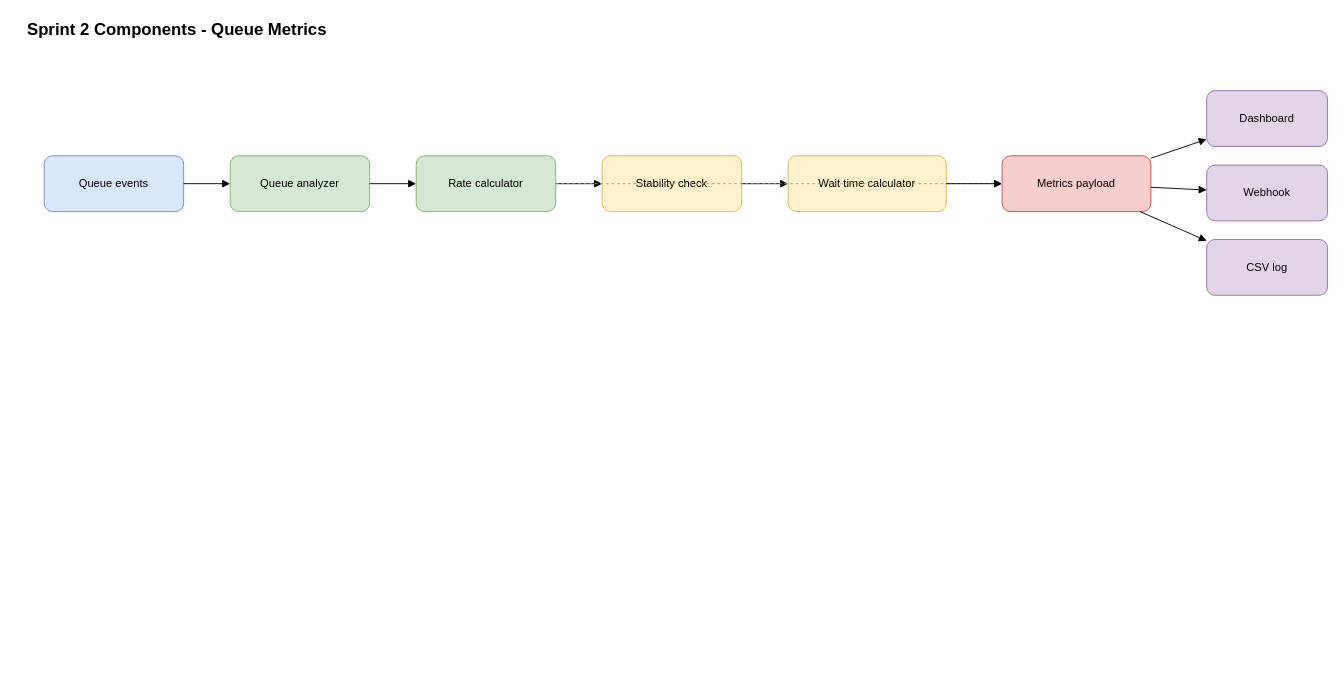
Before: report-latex/figures/drawio/sprint2_component.drawio in Salmen-BA21/Queue-Wait-Time-Estimation, a draw.io diagram. Source tidied: cells renumbered, new cells numbered last; positions are measured from the earlier drawing's top-left corner, leaving out a move shared by most shapes. Both pictures are drawn from the tidied source at 93%, with x=0, y=0 at pixel (25, 16).
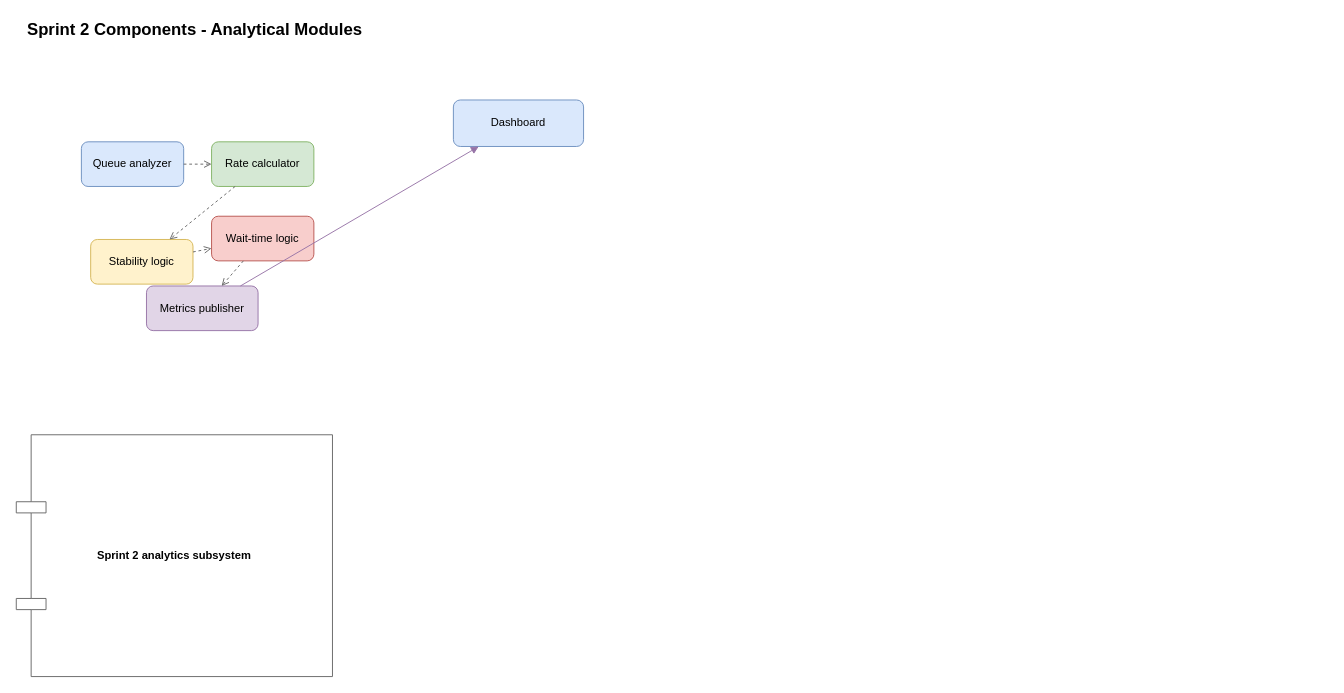
After the change.

Diff of the diagram source:
```diff
@@
-    <mxCell id="2" value="Sprint 2 Components - Queue Metrics" style="text;html=1;strokeColor=none;fillColor=none;align=left;verticalAlign=middle;fontStyle=1;fontSize=18;" parent="1" vertex="1">
-      <mxGeometry width="420" height="30" as="geometry" />
+    <mxCell id="2" value="Sprint 2 Components - Analytical Modules" style="text;html=1;strokeColor=none;fillColor=none;align=left;verticalAlign=middle;fontStyle=1;fontSize=18;" parent="1" vertex="1">
+      <mxGeometry width="500" height="30" as="geometry" />
     </mxCell>
-    <mxCell id="3" value="Queue events" style="rounded=1;whiteSpace=wrap;html=1;fillColor=#dae8fc;strokeColor=#6c8ebf;" parent="1" vertex="1">
-      <mxGeometry x="20" y="150" width="150" height="60" as="geometry" />
-    </mxCell>
+    <mxCell id="21" value="Sprint 2 analytics subsystem" style="shape=component;whiteSpace=wrap;html=1;fillColor=#ffffff;strokeColor=#666666;fontStyle=1;align=center;verticalAlign=middle;" parent="1" vertex="1">
+      <mxGeometry x="-10" y="450" width="340" height="260" as="geometry" />
+    </mxCell>
-    <mxCell id="4" value="Queue analyzer" style="rounded=1;whiteSpace=wrap;html=1;fillColor=#d5e8d4;strokeColor=#82b366;" parent="1" vertex="1">
-      <mxGeometry x="220" y="150" width="150" height="60" as="geometry" />
+    <mxCell id="4" value="Queue analyzer" style="rounded=1;whiteSpace=wrap;html=1;fillColor=#dae8fc;strokeColor=#6c8ebf;" parent="1" vertex="1">
+      <mxGeometry x="60" y="135" width="110" height="48" as="geometry" />
     </mxCell>
     <mxCell id="5" value="Rate calculator" style="rounded=1;whiteSpace=wrap;html=1;fillColor=#d5e8d4;strokeColor=#82b366;" parent="1" vertex="1">
-      <mxGeometry x="420" y="150" width="150" height="60" as="geometry" />
+      <mxGeometry x="200" y="135" width="110" height="48" as="geometry" />
     </mxCell>
-    <mxCell id="6" value="Stability check" style="rounded=1;whiteSpace=wrap;html=1;fillColor=#fff2cc;strokeColor=#d6b656;" parent="1" vertex="1">
-      <mxGeometry x="620" y="150" width="150" height="60" as="geometry" />
-    </mxCell>
-    <mxCell id="7" value="Wait time calculator" style="rounded=1;whiteSpace=wrap;html=1;fillColor=#fff2cc;strokeColor=#d6b656;" parent="1" vertex="1">
-      <mxGeometry x="820" y="150" width="170" height="60" as="geometry" />
-    </mxCell>
-    <mxCell id="8" value="Metrics payload" style="rounded=1;whiteSpace=wrap;html=1;fillColor=#f8cecc;strokeColor=#b85450;" parent="1" vertex="1">
-      <mxGeometry x="1050" y="150" width="160" height="60" as="geometry" />
-    </mxCell>
+    <mxCell id="22" value="Stability logic" style="rounded=1;whiteSpace=wrap;html=1;fillColor=#fff2cc;strokeColor=#d6b656;" parent="1" vertex="1">
+      <mxGeometry x="70" y="240" width="110" height="48" as="geometry" />
+    </mxCell>
+    <mxCell id="23" value="Wait-time logic" style="rounded=1;whiteSpace=wrap;html=1;fillColor=#f8cecc;strokeColor=#b85450;" parent="1" vertex="1">
+      <mxGeometry x="200" y="215" width="110" height="48" as="geometry" />
+    </mxCell>
+    <mxCell id="24" value="Metrics publisher" style="rounded=1;whiteSpace=wrap;html=1;fillColor=#e1d5e7;strokeColor=#9673a6;" parent="1" vertex="1">
+      <mxGeometry x="130" y="290" width="120" height="48" as="geometry" />
+    </mxCell>
-    <mxCell id="9" value="Dashboard" style="rounded=1;whiteSpace=wrap;html=1;fillColor=#e1d5e7;strokeColor=#9673a6;" parent="1" vertex="1">
-      <mxGeometry x="1270" y="80" width="130" height="60" as="geometry" />
+    <mxCell id="9" value="Dashboard" style="rounded=1;whiteSpace=wrap;html=1;fillColor=#dae8fc;strokeColor=#6c8ebf;" parent="1" vertex="1">
+      <mxGeometry x="460" y="90" width="140" height="50" as="geometry" />
     </mxCell>
-    <mxCell id="10" value="Webhook" style="rounded=1;whiteSpace=wrap;html=1;fillColor=#e1d5e7;strokeColor=#9673a6;" parent="1" vertex="1">
-      <mxGeometry x="1270" y="160" width="130" height="60" as="geometry" />
-    </mxCell>
-    <mxCell id="11" value="CSV log" style="rounded=1;whiteSpace=wrap;html=1;fillColor=#e1d5e7;strokeColor=#9673a6;" parent="1" vertex="1">
-      <mxGeometry x="1270" y="240" width="130" height="60" as="geometry" />
-    </mxCell>
-    <mxCell id="12" style="endArrow=block;html=1;" parent="1" edge="1" source="3" target="4">
+    <mxCell id="12" style="endArrow=open;html=1;dashed=1;strokeColor=#666666;" parent="1" edge="1" source="4" target="5">
       <mxGeometry relative="1" as="geometry" />
     </mxCell>
-    <mxCell id="13" style="endArrow=block;html=1;" parent="1" edge="1" source="4" target="5">
+    <mxCell id="13" style="endArrow=open;html=1;dashed=1;strokeColor=#666666;" parent="1" edge="1" source="5" target="22">
       <mxGeometry relative="1" as="geometry" />
     </mxCell>
-    <mxCell id="14" style="endArrow=block;html=1;" parent="1" edge="1" source="5" target="6">
+    <mxCell id="14" style="endArrow=open;html=1;dashed=1;strokeColor=#666666;" parent="1" edge="1" source="22" target="23">
       <mxGeometry relative="1" as="geometry" />
     </mxCell>
-    <mxCell id="15" style="endArrow=block;html=1;" parent="1" edge="1" source="6" target="7">
+    <mxCell id="15" style="endArrow=open;html=1;dashed=1;strokeColor=#666666;" parent="1" edge="1" source="23" target="24">
       <mxGeometry relative="1" as="geometry" />
     </mxCell>
-    <mxCell id="16" style="endArrow=block;html=1;dashed=1;strokeColor=#82b366;" parent="1" edge="1" source="5" target="8">
+    <mxCell id="16" style="endArrow=block;html=1;strokeColor=#9673a6;" parent="1" edge="1" source="24" target="9">
       <mxGeometry relative="1" as="geometry" />
     </mxCell>
-    <mxCell id="17" style="endArrow=block;html=1;" parent="1" edge="1" source="7" target="8">
-      <mxGeometry relative="1" as="geometry" />
-    </mxCell>
-    <mxCell id="18" style="endArrow=block;html=1;" parent="1" edge="1" source="8" target="9">
-      <mxGeometry relative="1" as="geometry" />
-    </mxCell>
-    <mxCell id="19" style="endArrow=block;html=1;" parent="1" edge="1" source="8" target="10">
-      <mxGeometry relative="1" as="geometry" />
-    </mxCell>
-    <mxCell id="20" style="endArrow=block;html=1;" parent="1" edge="1" source="8" target="11">
-      <mxGeometry relative="1" as="geometry" />
-    </mxCell>
```
